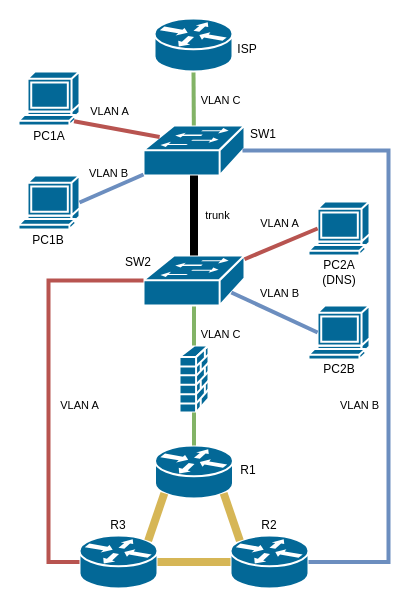
Before: pos_project.drawio in phatt-23/web, a draw.io diagram. Source tidied: cells renumbered, new cells numbered last; positions are measured from the earlier drawing's top-left corner, leaving out a move shared by most shapes. Both pictures are drawn from the tidied source at 100%, with x=0, y=0 at pixel (18, 18).
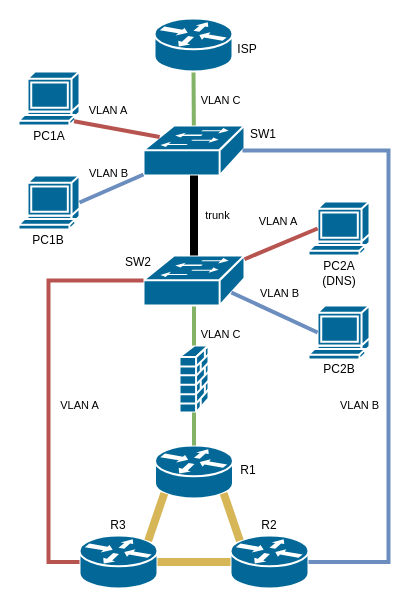
After the change.

The change refers to these unchanged cells:
```xml
<mxCell id="18" style="endArrow=none;html=1;rounded=0;strokeWidth=4;fillColor=#f8cecc;strokeColor=#b85450;exitX=0.16;exitY=0.23;exitDx=0;exitDy=0;exitPerimeter=0;entryX=0.91;entryY=0.92;entryDx=0;entryDy=0;entryPerimeter=0;fontFamily=Iosevka NF;" parent="1" edge="1" source="2" target="13">
  <mxGeometry relative="1" as="geometry" />
</mxCell>
```

The edit, as a diff of the source:
```diff
@@
-    <mxCell id="19" value="&lt;div style=&quot;line-height: 0%;&quot;&gt;VLAN A&lt;/div&gt;" style="edgeLabel;html=1;align=center;verticalAlign=middle;labelBackgroundColor=none;fontFamily=Iosevka NF;" parent="18" vertex="1">
-      <mxGeometry x="0.02" y="-3" relative="1" as="geometry">
-        <mxPoint x="-8" y="-14" as="offset" />
-      </mxGeometry>
-    </mxCell>
@@
     <mxCell id="38" value="&lt;div&gt;PC2A&lt;br&gt;(DNS)&lt;br&gt;&lt;/div&gt;" style="text;html=1;align=center;verticalAlign=middle;whiteSpace=wrap;rounded=0;fontFamily=Iosevka NF;" parent="1" vertex="1">
-      <mxGeometry x="291" y="239" width="60" height="30" as="geometry" />
+      <mxGeometry x="291" y="236" width="60" height="38" as="geometry" />
     </mxCell>
@@
-    <mxCell id="40" value="&lt;div style=&quot;line-height: 0%;&quot;&gt;VLAN A&lt;/div&gt;" style="edgeLabel;html=1;align=center;verticalAlign=middle;labelBackgroundColor=none;fontFamily=Iosevka NF;" parent="1" vertex="1">
-      <mxGeometry x="260" y="205" as="geometry" />
-    </mxCell>
@@
+    <mxCell id="45" value="&lt;pre style=&quot;font-size: 11px;&quot;&gt;&lt;font style=&quot;font-size: 11px;&quot; face=&quot;Iosevka Nerd Font&quot;&gt;VLAN A&lt;/font&gt;&lt;/pre&gt;" style="text;html=1;align=center;verticalAlign=middle;whiteSpace=wrap;rounded=0;" parent="1" vertex="1">
+      <mxGeometry x="60" y="78" width="60" height="30" as="geometry" />
+    </mxCell>
+    <mxCell id="46" value="&lt;pre style=&quot;font-size: 11px;&quot;&gt;&lt;font style=&quot;font-size: 11px;&quot; face=&quot;Iosevka Nerd Font&quot;&gt;VLAN A&lt;/font&gt;&lt;/pre&gt;" style="text;html=1;align=center;verticalAlign=middle;whiteSpace=wrap;rounded=0;" parent="1" vertex="1">
+      <mxGeometry x="230" y="189" width="60" height="30" as="geometry" />
+    </mxCell>
```
